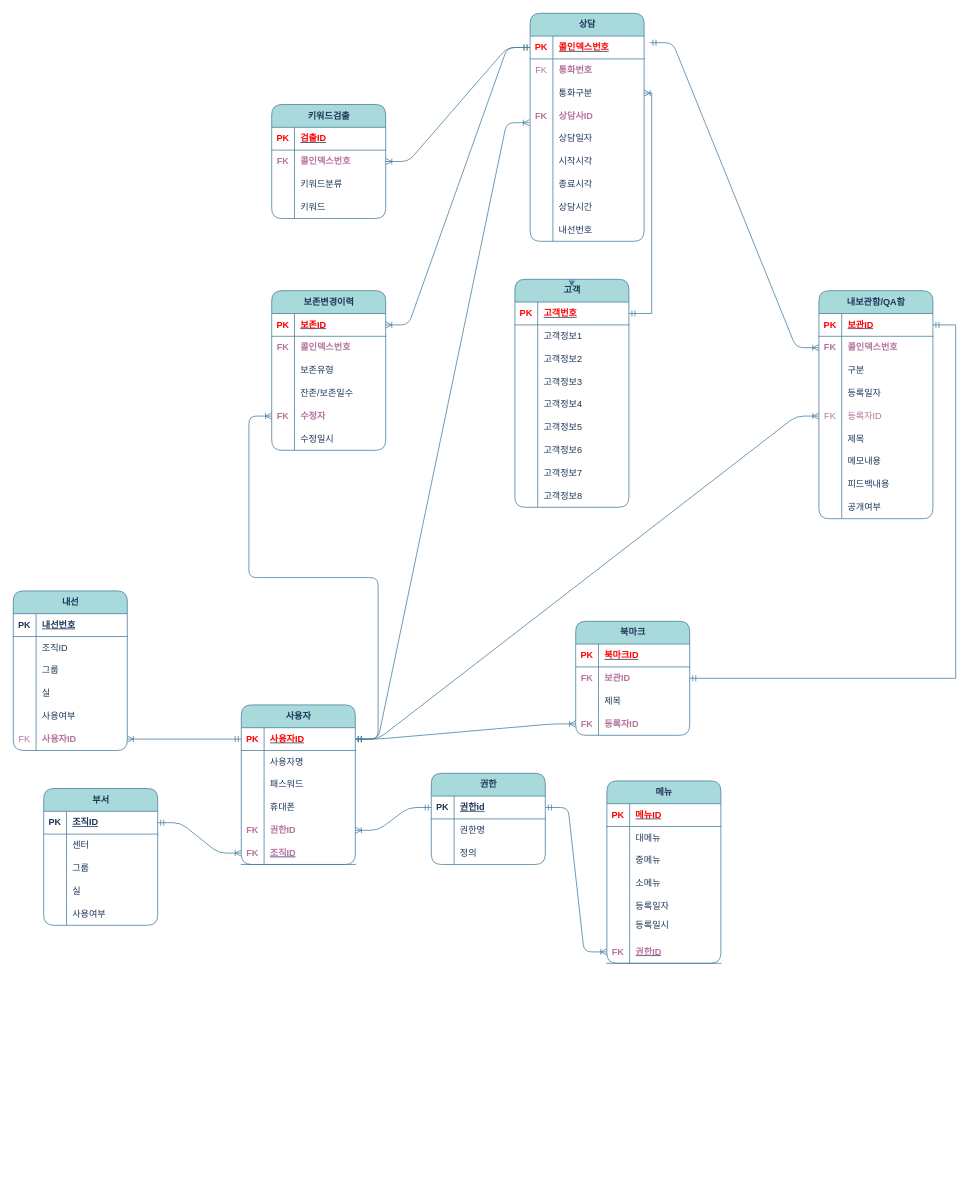
Earlier version of the draw.io diagram page "페이지-3" (3 of 3) of 제목 없는 다이어그램.drawio (wishholic/ERD). Source tidied: cells renumbered, new cells numbered last; positions are measured from the earlier drawing's top-left corner, leaving out a move shared by most shapes. Both pictures are drawn from the tidied source at 76%, with x=0, y=0 at pixel (13, 13).
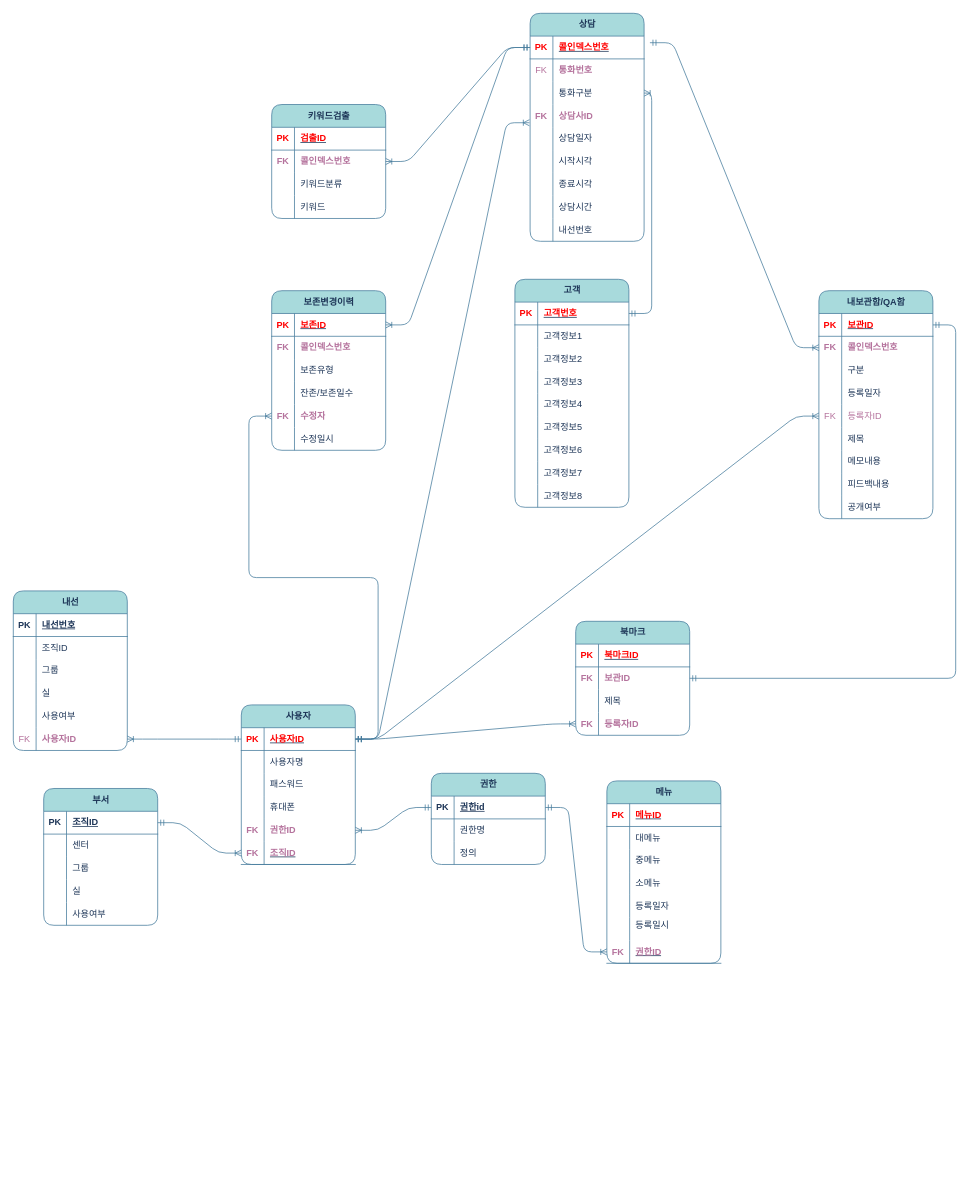
Above is the later version.

Commit message:
제목 없는 다이어그램.drawio 업데이트

The change refers to these unchanged cells:
```xml
<mxCell id="100" style="shape=tableRow;horizontal=0;startSize=0;swimlaneHead=0;swimlaneBody=0;fillColor=none;points=[[0,0.5],[1,0.5]];portConstraint=eastwest;top=0;left=0;right=0;bottom=0;rounded=1;labelBackgroundColor=none;strokeColor=#457B9D;fontColor=#1D3557;" parent="93" vertex="1">
  <mxGeometry y="90" width="150" height="30" as="geometry" />
</mxCell>
<mxCell id="189" style="shape=tableRow;horizontal=0;startSize=0;swimlaneHead=0;swimlaneBody=0;fillColor=none;points=[[0,0.5],[1,0.5]];portConstraint=eastwest;top=0;left=0;right=0;bottom=0;rounded=1;labelBackgroundColor=none;strokeColor=#457B9D;fontColor=#1D3557;" parent="185" vertex="1">
  <mxGeometry y="60" width="150" height="30" as="geometry" />
</mxCell>
<mxCell id="201" value="고객" style="shape=table;startSize=30;childLayout=tableLayout;rowLines=0;fontStyle=1;align=center;html=1;fillColor=#A8DADC;strokeColor=#457B9D;rounded=1;labelBackgroundColor=none;fontColor=#1D3557;" parent="1" vertex="1">
  <mxGeometry x="660" y="350" width="150" height="300" as="geometry" />
</mxCell>
<mxCell id="202" style="shape=tableRow;horizontal=0;startSize=0;swimlaneHead=0;swimlaneBody=0;fillColor=none;points=[[0,0.5],[1,0.5]];portConstraint=eastwest;top=0;left=0;right=0;bottom=1;rounded=1;labelBackgroundColor=none;strokeColor=#457B9D;fontColor=#1D3557;" parent="201" vertex="1">
  <mxGeometry y="30" width="150" height="30" as="geometry" />
</mxCell>
```

Diff of the diagram source:
```diff
@@
-    <mxCell id="200" style="edgeStyle=entityRelationEdgeStyle;fontSize=12;html=1;endArrow=ERmandOne;startArrow=ERmandOne;rounded=0;entryX=1;entryY=0.5;entryDx=0;entryDy=0;labelBackgroundColor=none;strokeColor=#457B9D;fontColor=default;" parent="1" edge="1" target="189">
+    <mxCell id="200" style="edgeStyle=entityRelationEdgeStyle;fontSize=12;html=1;endArrow=ERmandOne;startArrow=ERmandOne;rounded=1;entryX=1;entryY=0.5;entryDx=0;entryDy=0;labelBackgroundColor=none;strokeColor=#457B9D;fontColor=default;" parent="1" edge="1" target="189">
       <mxGeometry relative="1" as="geometry">
         <mxPoint x="1210" y="410" as="sourcePoint" />
       </mxGeometry>
     </mxCell>
@@
-    <mxCell id="230" style="edgeStyle=orthogonalEdgeStyle;fontSize=12;html=1;endArrow=ERoneToMany;startArrow=ERmandOne;rounded=0;strokeColor=#457B9D;fontColor=#1D3557;fillColor=#A8DADC;exitX=1;exitY=0.5;exitDx=0;exitDy=0;entryX=1;entryY=0.5;entryDx=0;entryDy=0;" parent="1" edge="1" source="202" target="100">
+    <mxCell id="230" style="edgeStyle=orthogonalEdgeStyle;fontSize=12;html=1;endArrow=ERoneToMany;startArrow=ERmandOne;rounded=1;strokeColor=#457B9D;fontColor=#1D3557;fillColor=#A8DADC;exitX=1;exitY=0.5;exitDx=0;exitDy=0;entryX=1;entryY=0.5;entryDx=0;entryDy=0;" parent="1" edge="1" source="202" target="100">
       <mxGeometry relative="1" as="geometry" />
     </mxCell>
-    <mxCell id="231" style="edgeStyle=orthogonalEdgeStyle;rounded=0;orthogonalLoop=1;jettySize=auto;html=1;exitX=0.5;exitY=0;exitDx=0;exitDy=0;entryX=0.498;entryY=0.033;entryDx=0;entryDy=0;entryPerimeter=0;strokeColor=#457B9D;fontColor=#1D3557;fillColor=#A8DADC;" parent="1" edge="1" source="201" target="201">
-      <mxGeometry relative="1" as="geometry" />
-    </mxCell>
```
